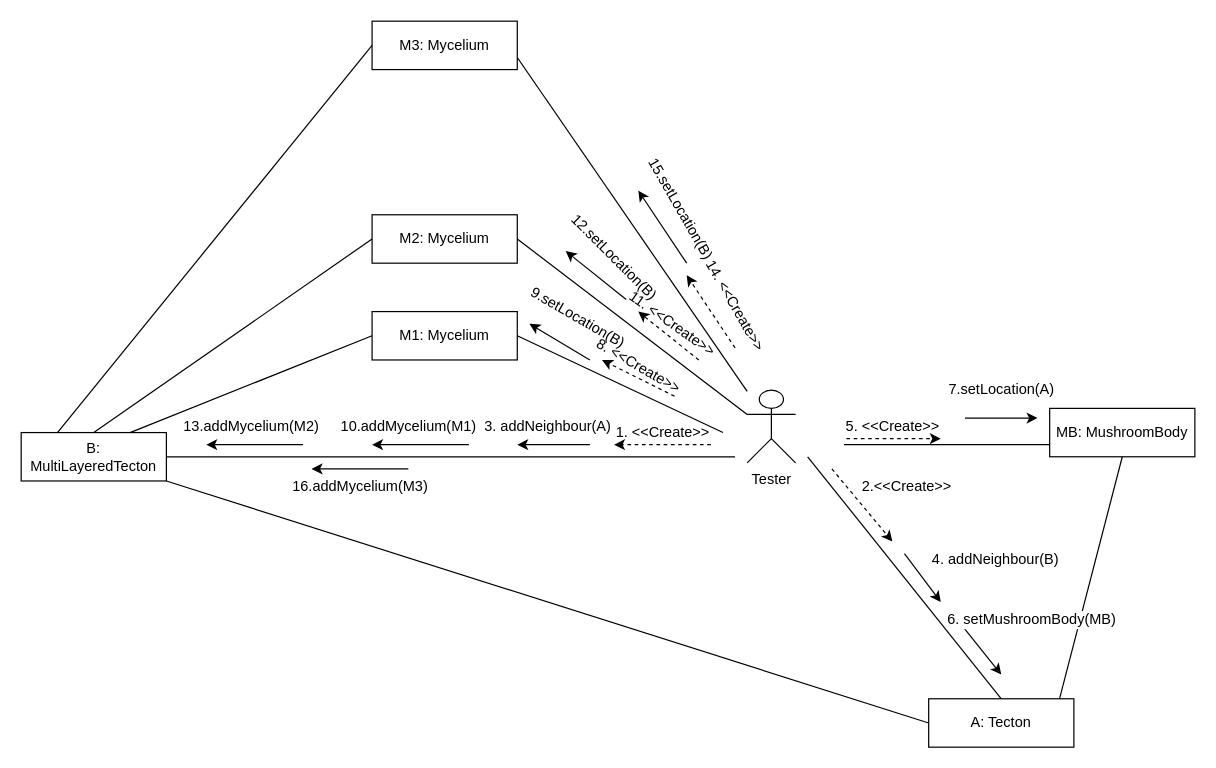
Before: page "8." (16 of 40) of 6_szkeleton_beadasa/Pdf-es_formaban_leadando_anyagok/Fuggelekek_anyagai/diagramok/CommDiags.drawio in koharzsombor/bandITs, a draw.io diagram. Source tidied: cells renumbered, new cells numbered last; positions are measured from the earlier drawing's top-left corner, leaving out a move shared by most shapes. Both pictures are drawn from the tidied source at 121%, with x=0, y=0 at pixel (21, 21).
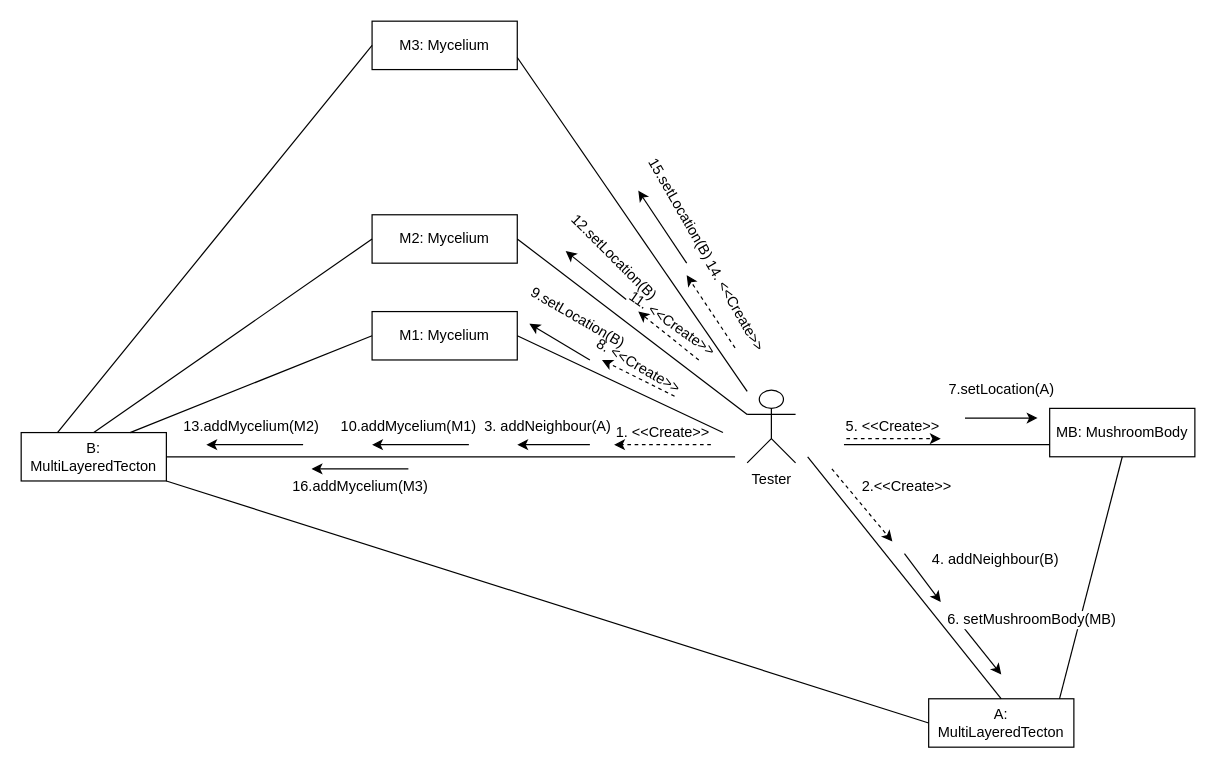
Above is the later version.

The edit, as a diff of the source:
```diff
@@
-    <mxCell id="3" value="A: Tecton" style="html=1;whiteSpace=wrap;" parent="1" vertex="1">
+    <mxCell id="3" value="A: MultiLayered&lt;span style=&quot;color: light-dark(rgb(0, 0, 0), rgb(255, 255, 255)); background-color: transparent;&quot;&gt;Tecton&lt;/span&gt;" style="html=1;whiteSpace=wrap;" parent="1" vertex="1">
       <mxGeometry x="750" y="560" width="120" height="40" as="geometry" />
     </mxCell>
```
